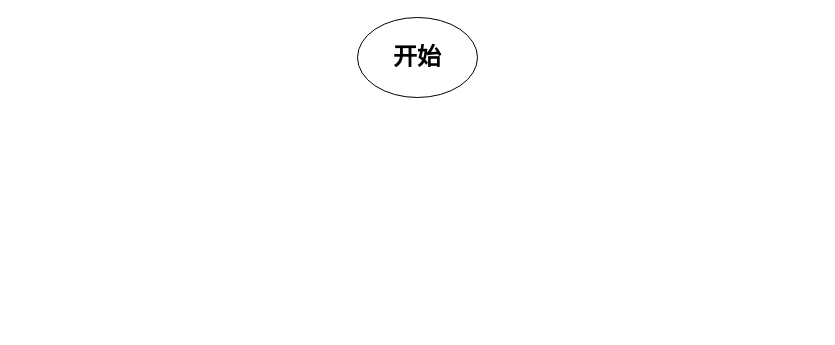
caixuecheng/track-drawio keeps this draw.io diagram as manifest/收发通管理/新增收发通.drawio. Above is the earlier version. Source tidied: cells renumbered, new cells numbered last; positions are measured from the earlier drawing's top-left corner, leaving out a move shared by most shapes. Both pictures are drawn from the tidied source at 100%, with x=0, y=0 at pixel (357, 17).
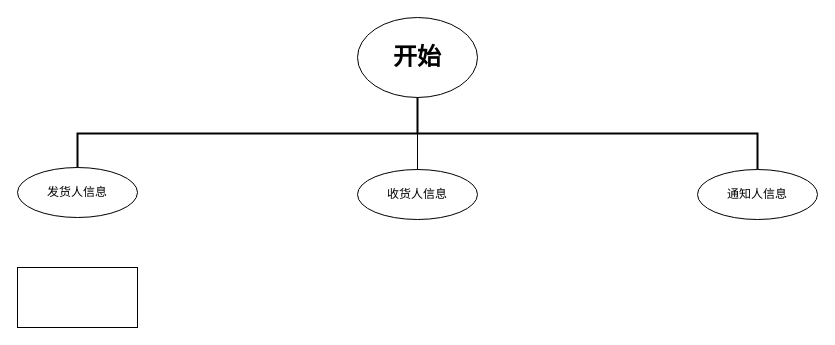
Above is the later version.

Commit message:
更新新增收发通.drawio

What changed in the source:
```diff
@@
 <mxGraphModel>
   <root>
     <mxCell id="0" />
     <mxCell id="1" parent="0" />
     <mxCell id="2" value="&lt;h1&gt;开始&lt;/h1&gt;" style="ellipse;whiteSpace=wrap;html=1;" parent="1" vertex="1">
       <mxGeometry width="120" height="80" as="geometry" />
     </mxCell>
+    <mxCell id="3" style="strokeWidth=2;html=1;shape=mxgraph.flowchart.annotation_2;align=left;direction=south;" parent="1" vertex="1">
+      <mxGeometry x="-280" y="80" width="680" height="72" as="geometry" />
+    </mxCell>
+    <mxCell id="4" style="edgeStyle=orthogonalEdgeStyle;rounded=0;orthogonalLoop=1;jettySize=auto;html=1;" parent="1" edge="1">
+      <mxGeometry relative="1" as="geometry">
+        <mxPoint x="60" y="116" as="sourcePoint" />
+        <mxPoint x="60" y="175" as="targetPoint" />
+      </mxGeometry>
+    </mxCell>
+    <mxCell id="5" value="收货人信息" style="ellipse;whiteSpace=wrap;html=1;" parent="1" vertex="1">
+      <mxGeometry y="152" width="120" height="50" as="geometry" />
+    </mxCell>
+    <mxCell id="6" value="通知人信息" style="ellipse;whiteSpace=wrap;html=1;" parent="1" vertex="1">
+      <mxGeometry x="340" y="152" width="120" height="50" as="geometry" />
+    </mxCell>
+    <mxCell id="7" value="发货人信息" style="ellipse;whiteSpace=wrap;html=1;" parent="1" vertex="1">
+      <mxGeometry x="-340" y="150" width="120" height="50" as="geometry" />
+    </mxCell>
+    <mxCell id="8" style="rounded=0;whiteSpace=wrap;html=1;" parent="1" vertex="1">
+      <mxGeometry x="-340" y="250" width="120" height="60" as="geometry" />
+    </mxCell>
   </root>
 </mxGraphModel>
```
